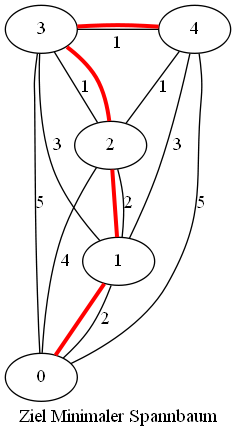
This is Graphviz/Ziel_MST.png from Isitar/ip6-vehicle-routing-problem-with-time-windows, a Graphviz export, as it was before one commit. Its source is kept beside it as Graphviz/Ziel_MST.gv. Its diagram source:
```dot
graph {
  0 -- 1 [label="2", weight="2"];
  1 -- 2 [label="2", weight="2"];
  2 -- 3 [label="1", weight="1"];
  3 -- 4 [label="1", weight="1"];

  0 -- 2 [label="4", weight="4"];
  0 -- 3 [label="5", weight="5"];
  0 -- 4 [label="5", weight="5"];
  1 -- 3 [label="3", weight="3"];
  1 -- 4 [label="3", weight="3"];
  2 -- 4 [label="1", weight="1"];

  0 -- 1 --2 --3 --4[color=red, penwidth=3];
  K=1
  label="Ziel Minimaler Spannbaum"

  {rank=same;3,4}
  {rank=same;0}
  {rank=same;1}
  {rank=same;2}

  rankdir=BT
  center=true
}
```
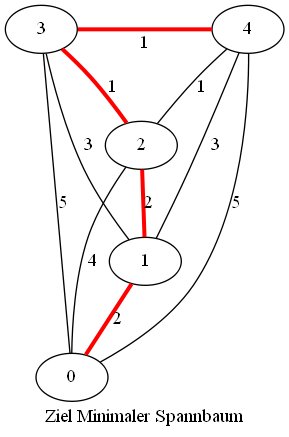
The same diagram one commit later.

Change to the diagram source:
```diff
@@ -1,8 +1,8 @@
 graph {
-  0 -- 1 [label="2", weight="2"];
-  1 -- 2 [label="2", weight="2"];
-  2 -- 3 [label="1", weight="1"];
-  3 -- 4 [label="1", weight="1"];
+  0 -- 1 [label="2", weight="2", color=red, penwidth=3];
+  1 -- 2 [label="2", weight="2", color=red, penwidth=3];
+  2 -- 3 [label="1", weight="1", color=red, penwidth=3];
+  3 -- 4 [label="1", weight="1", color=red, penwidth=3];
 
   0 -- 2 [label="4", weight="4"];
   0 -- 3 [label="5", weight="5"];
@@ -11,7 +11,7 @@
   1 -- 4 [label="3", weight="3"];
   2 -- 4 [label="1", weight="1"];
 
-  0 -- 1 --2 --3 --4[color=red, penwidth=3];
+
   K=1
   label="Ziel Minimaler Spannbaum"
 
```
